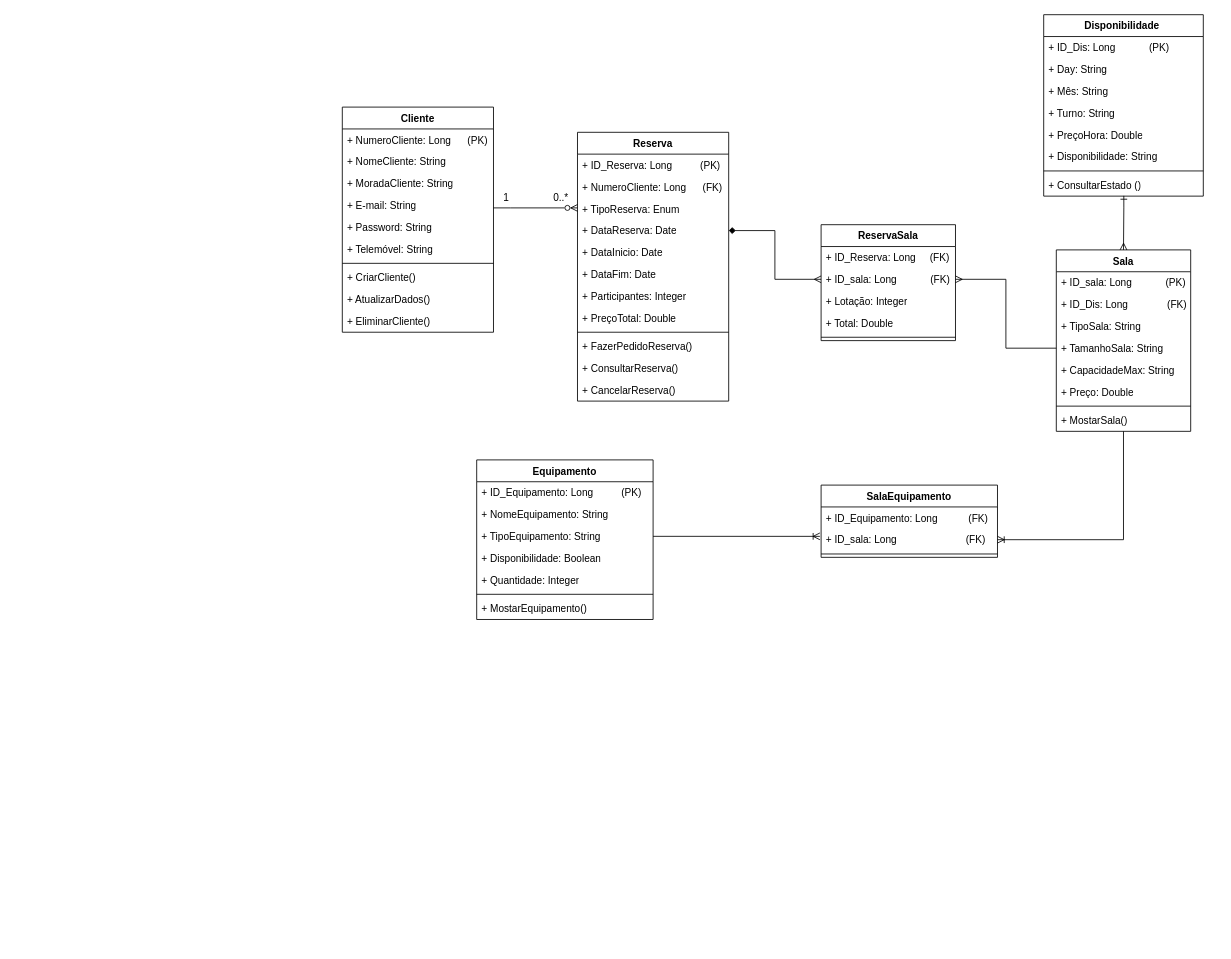
Above: page "Diagrama de Classes" (2 of 2) of UMLDiagram.drawio in ic3K1ng/Rooms-Equipments (draw.io), before the change. Source tidied: cells renumbered, new cells numbered last; positions are measured from the earlier drawing's top-left corner, leaving out a move shared by most shapes. Both pictures are drawn from the tidied source at 84%, with x=0, y=0 at pixel (342, 14).
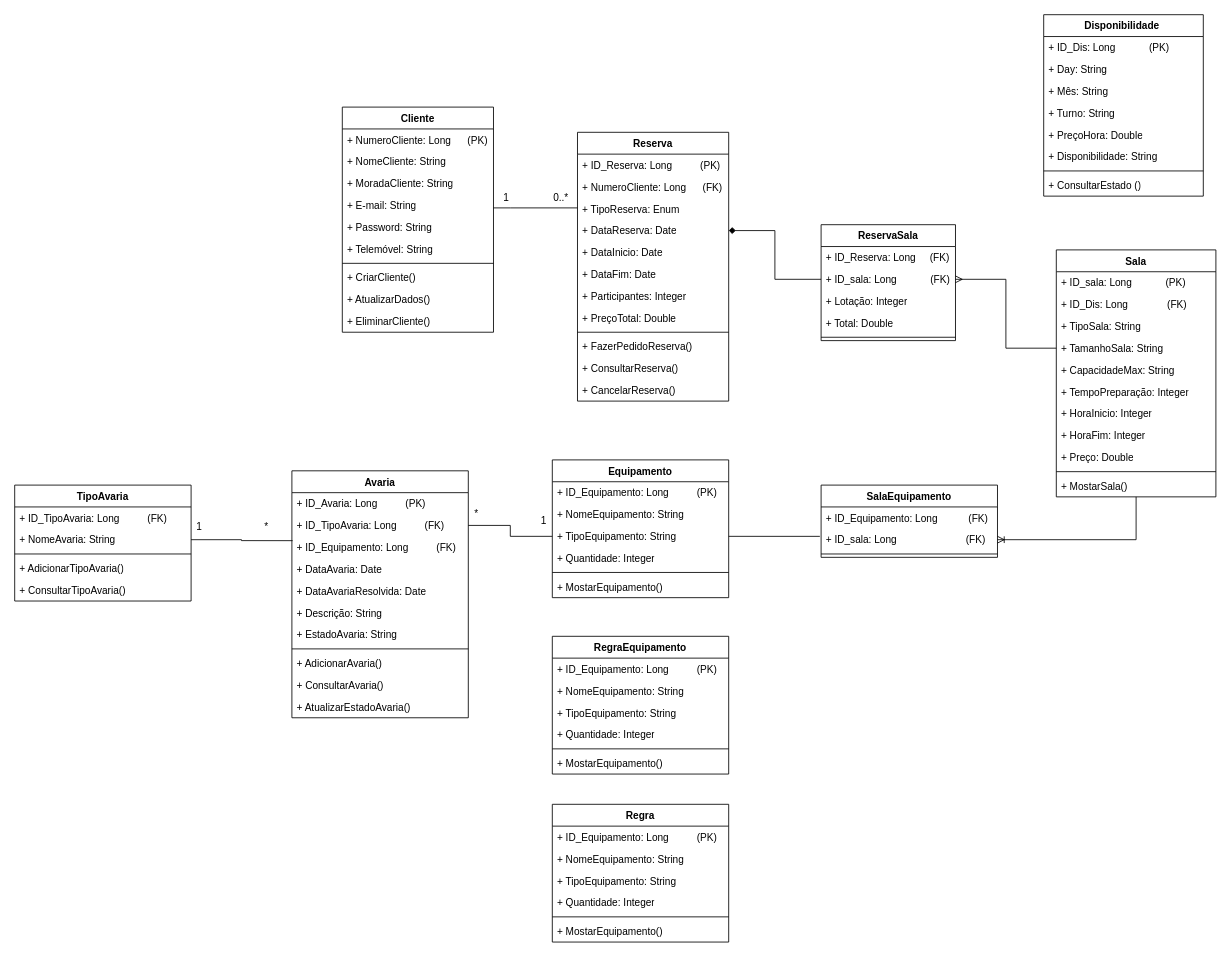
After the change.

The change refers to these unchanged cells:
```xml
<mxCell id="6" value="+ E-mail: String" style="text;strokeColor=none;fillColor=none;align=left;verticalAlign=top;spacingLeft=4;spacingRight=4;overflow=hidden;points=[[0,0.5],[1,0.5]];portConstraint=eastwest;whiteSpace=wrap;html=1;" parent="2" vertex="1">
  <mxGeometry y="104" width="180" height="26" as="geometry" />
</mxCell>
<mxCell id="27" value="+ DataReserva: Date" style="text;strokeColor=none;fillColor=none;align=left;verticalAlign=top;spacingLeft=4;spacingRight=4;overflow=hidden;points=[[0,0.5],[1,0.5]];portConstraint=eastwest;whiteSpace=wrap;html=1;" parent="23" vertex="1">
  <mxGeometry y="104" width="180" height="26" as="geometry" />
</mxCell>
<mxCell id="39" value="+ TipoEquipamento: String" style="text;strokeColor=none;fillColor=none;align=left;verticalAlign=top;spacingLeft=4;spacingRight=4;overflow=hidden;points=[[0,0.5],[1,0.5]];portConstraint=eastwest;whiteSpace=wrap;html=1;" parent="36" vertex="1">
  <mxGeometry y="78" width="210" height="26" as="geometry" />
</mxCell>
<mxCell id="48" value="+ ID_sala: Long&amp;nbsp; &amp;nbsp; &amp;nbsp; &amp;nbsp; &amp;nbsp; &amp;nbsp; (FK)" style="text;strokeColor=none;fillColor=none;align=left;verticalAlign=top;spacingLeft=4;spacingRight=4;overflow=hidden;points=[[0,0.5],[1,0.5]];portConstraint=eastwest;whiteSpace=wrap;html=1;" parent="46" vertex="1">
  <mxGeometry y="52" width="160" height="26" as="geometry" />
</mxCell>
<mxCell id="54" value="+ ID_sala: Long&amp;nbsp; &amp;nbsp; &amp;nbsp; &amp;nbsp;&amp;nbsp;&lt;span style=&quot;white-space: pre;&quot;&gt;&#9;&lt;/span&gt;&amp;nbsp; &amp;nbsp; &amp;nbsp; &amp;nbsp;&amp;nbsp; &amp;nbsp;(FK)" style="text;strokeColor=none;fillColor=none;align=left;verticalAlign=top;spacingLeft=4;spacingRight=4;overflow=hidden;points=[[0,0.5],[1,0.5]];portConstraint=eastwest;whiteSpace=wrap;html=1;" parent="52" vertex="1">
  <mxGeometry y="52" width="210" height="26" as="geometry" />
</mxCell>
<mxCell id="65" value="+ ConsultarEstado ()" style="text;strokeColor=none;fillColor=none;align=left;verticalAlign=top;spacingLeft=4;spacingRight=4;overflow=hidden;points=[[0,0.5],[1,0.5]];portConstraint=eastwest;whiteSpace=wrap;html=1;" parent="57" vertex="1">
  <mxGeometry y="190" width="190" height="26" as="geometry" />
</mxCell>
```

Diff of the diagram source:
```diff
@@
     <mxCell id="14" value="Sala" style="swimlane;fontStyle=1;align=center;verticalAlign=top;horizontal=1;startSize=26;whiteSpace=wrap;html=1;" parent="1" vertex="1">
-      <mxGeometry x="850" y="280" width="160" height="216" as="geometry" />
+      <mxGeometry x="850" y="280" width="190" height="294" as="geometry" />
     </mxCell>
     <mxCell id="15" value="+ ID_sala: Long&amp;nbsp; &amp;nbsp; &amp;nbsp; &amp;nbsp; &amp;nbsp; &amp;nbsp; (PK)" style="text;strokeColor=none;fillColor=none;align=left;verticalAlign=top;spacingLeft=4;spacingRight=4;overflow=hidden;whiteSpace=wrap;html=1;" parent="14" vertex="1">
-      <mxGeometry y="26" width="160" height="26" as="geometry" />
+      <mxGeometry y="26" width="190" height="26" as="geometry" />
     </mxCell>
     <mxCell id="16" value="+ ID_Dis: Long&amp;nbsp; &amp;nbsp; &amp;nbsp; &amp;nbsp; &amp;nbsp; &amp;nbsp; &amp;nbsp; (FK)" style="text;strokeColor=none;fillColor=none;align=left;verticalAlign=top;spacingLeft=4;spacingRight=4;overflow=hidden;whiteSpace=wrap;html=1;" parent="14" vertex="1">
-      <mxGeometry y="52" width="160" height="26" as="geometry" />
+      <mxGeometry y="52" width="190" height="26" as="geometry" />
     </mxCell>
     <mxCell id="17" value="+ TipoSala: String" style="text;strokeColor=none;fillColor=none;align=left;verticalAlign=top;spacingLeft=4;spacingRight=4;overflow=hidden;whiteSpace=wrap;html=1;" parent="14" vertex="1">
-      <mxGeometry y="78" width="160" height="26" as="geometry" />
+      <mxGeometry y="78" width="190" height="26" as="geometry" />
     </mxCell>
     <mxCell id="18" value="+ TamanhoSala: String" style="text;strokeColor=none;fillColor=none;align=left;verticalAlign=top;spacingLeft=4;spacingRight=4;overflow=hidden;points=[[0,0.5],[1,0.5]];portConstraint=eastwest;whiteSpace=wrap;html=1;" parent="14" vertex="1">
-      <mxGeometry y="104" width="160" height="26" as="geometry" />
+      <mxGeometry y="104" width="190" height="26" as="geometry" />
     </mxCell>
     <mxCell id="19" value="+ CapacidadeMax: String" style="text;strokeColor=none;fillColor=none;align=left;verticalAlign=top;spacingLeft=4;spacingRight=4;overflow=hidden;whiteSpace=wrap;html=1;" parent="14" vertex="1">
-      <mxGeometry y="130" width="160" height="26" as="geometry" />
+      <mxGeometry y="130" width="190" height="26" as="geometry" />
     </mxCell>
+    <mxCell id="70" value="+ TempoPreparação: Integer" style="text;strokeColor=none;fillColor=none;align=left;verticalAlign=top;spacingLeft=4;spacingRight=4;overflow=hidden;whiteSpace=wrap;html=1;" parent="14" vertex="1">
+      <mxGeometry y="156" width="190" height="26" as="geometry" />
+    </mxCell>
+    <mxCell id="71" value="+ HoraInicio: Integer" style="text;strokeColor=none;fillColor=none;align=left;verticalAlign=top;spacingLeft=4;spacingRight=4;overflow=hidden;whiteSpace=wrap;html=1;" parent="14" vertex="1">
+      <mxGeometry y="182" width="190" height="26" as="geometry" />
+    </mxCell>
+    <mxCell id="72" value="+ HoraFim: Integer" style="text;strokeColor=none;fillColor=none;align=left;verticalAlign=top;spacingLeft=4;spacingRight=4;overflow=hidden;whiteSpace=wrap;html=1;" parent="14" vertex="1">
+      <mxGeometry y="208" width="190" height="26" as="geometry" />
+    </mxCell>
     <mxCell id="20" value="+ Preço: Double" style="text;strokeColor=none;fillColor=none;align=left;verticalAlign=top;spacingLeft=4;spacingRight=4;overflow=hidden;whiteSpace=wrap;html=1;" parent="14" vertex="1">
-      <mxGeometry y="156" width="160" height="26" as="geometry" />
+      <mxGeometry y="234" width="190" height="26" as="geometry" />
     </mxCell>
     <mxCell id="21" style="line;strokeWidth=1;fillColor=none;align=left;verticalAlign=middle;spacingTop=-1;spacingLeft=3;spacingRight=3;labelPosition=right;strokeColor=inherit;" parent="14" vertex="1">
-      <mxGeometry y="182" width="160" height="8" as="geometry" />
+      <mxGeometry y="260" width="190" height="8" as="geometry" />
     </mxCell>
     <mxCell id="22" value="+ MostarSala()" style="text;strokeColor=none;fillColor=none;align=left;verticalAlign=top;spacingLeft=4;spacingRight=4;overflow=hidden;whiteSpace=wrap;html=1;" parent="14" vertex="1">
-      <mxGeometry y="190" width="160" height="26" as="geometry" />
+      <mxGeometry y="268" width="190" height="26" as="geometry" />
     </mxCell>
@@
     <mxCell id="36" value="Equipamento" style="swimlane;fontStyle=1;align=center;verticalAlign=top;horizontal=1;startSize=26;whiteSpace=wrap;html=1;" parent="1" vertex="1">
-      <mxGeometry x="160" y="530" width="210" height="190" as="geometry" />
+      <mxGeometry x="250" y="530" width="210" height="164" as="geometry" />
     </mxCell>
@@
-    <mxCell id="40" value="+ Disponibilidade: Boolean" style="text;strokeColor=none;fillColor=none;align=left;verticalAlign=top;spacingLeft=4;spacingRight=4;overflow=hidden;whiteSpace=wrap;html=1;" parent="36" vertex="1">
-      <mxGeometry y="104" width="210" height="26" as="geometry" />
-    </mxCell>
     <mxCell id="41" value="+ Quantidade: Integer" style="text;strokeColor=none;fillColor=none;align=left;verticalAlign=top;spacingLeft=4;spacingRight=4;overflow=hidden;whiteSpace=wrap;html=1;" parent="36" vertex="1">
-      <mxGeometry y="130" width="210" height="26" as="geometry" />
+      <mxGeometry y="104" width="210" height="26" as="geometry" />
     </mxCell>
     <mxCell id="42" style="line;strokeWidth=1;fillColor=none;align=left;verticalAlign=middle;spacingTop=-1;spacingLeft=3;spacingRight=3;labelPosition=right;strokeColor=inherit;" parent="36" vertex="1">
-      <mxGeometry y="156" width="210" height="8" as="geometry" />
+      <mxGeometry y="130" width="210" height="8" as="geometry" />
     </mxCell>
     <mxCell id="43" value="+ MostarEquipamento()" style="text;strokeColor=none;fillColor=none;align=left;verticalAlign=top;spacingLeft=4;spacingRight=4;overflow=hidden;whiteSpace=wrap;html=1;" parent="36" vertex="1">
-      <mxGeometry y="164" width="210" height="26" as="geometry" />
+      <mxGeometry y="138" width="210" height="26" as="geometry" />
     </mxCell>
@@
-    <mxCell id="56" style="edgeStyle=orthogonalEdgeStyle;rounded=0;jettySize=auto;html=1;entryX=0.5;entryY=0;entryDx=0;entryDy=0;startArrow=ERone;startFill=0;endArrow=ERmany;endFill=0;exitX=0.502;exitY=0.987;exitDx=0;exitDy=0;exitPerimeter=0;" parent="1" edge="1" source="65" target="14">
-      <mxGeometry relative="1" as="geometry">
-        <Array as="points">
-          <mxPoint x="930" y="230" />
-        </Array>
-      </mxGeometry>
-    </mxCell>
@@
-    <mxCell id="66" style="edgeStyle=orthogonalEdgeStyle;rounded=0;jettySize=auto;html=1;entryX=0;entryY=0.5;entryDx=0;entryDy=0;endArrow=ERmany;endFill=0;startArrow=diamond;startFill=1;" parent="1" edge="1" source="27" target="48">
+    <mxCell id="66" style="edgeStyle=orthogonalEdgeStyle;rounded=0;jettySize=auto;html=1;entryX=0;entryY=0.5;entryDx=0;entryDy=0;endArrow=none;endFill=0;startArrow=diamond;startFill=1;" parent="1" edge="1" source="27" target="48">
       <mxGeometry relative="1" as="geometry" />
     </mxCell>
@@
-    <mxCell id="68" style="edgeStyle=orthogonalEdgeStyle;rounded=0;jettySize=auto;html=1;exitX=1;exitY=0.5;exitDx=0;exitDy=0;entryX=-0.007;entryY=0.347;entryDx=0;entryDy=0;entryPerimeter=0;endArrow=ERoneToMany;endFill=0;" parent="1" edge="1" source="39" target="54">
+    <mxCell id="68" style="edgeStyle=orthogonalEdgeStyle;rounded=0;jettySize=auto;html=1;exitX=1;exitY=0.5;exitDx=0;exitDy=0;entryX=-0.007;entryY=0.347;entryDx=0;entryDy=0;entryPerimeter=0;endArrow=none;endFill=0;" parent="1" edge="1" source="39" target="54">
       <mxGeometry relative="1" as="geometry" />
     </mxCell>
-    <mxCell id="69" style="edgeStyle=orthogonalEdgeStyle;rounded=0;jettySize=auto;html=1;endArrow=ERzeroToMany;endFill=0;" parent="1" edge="1" source="6">
+    <mxCell id="69" style="edgeStyle=orthogonalEdgeStyle;rounded=0;jettySize=auto;html=1;endArrow=none;endFill=0;" parent="1" edge="1" source="6">
       <mxGeometry relative="1" as="geometry">
         <mxPoint x="280" y="230" as="targetPoint" />
         <Array as="points">
           <mxPoint x="200" y="230" />
           <mxPoint x="200" y="230" />
         </Array>
       </mxGeometry>
     </mxCell>
+    <mxCell id="73" value="Avaria" style="swimlane;fontStyle=1;align=center;verticalAlign=top;horizontal=1;startSize=26;whiteSpace=wrap;html=1;" parent="1" vertex="1">
+      <mxGeometry x="-60" y="543" width="210" height="294" as="geometry" />
+    </mxCell>
+    <mxCell id="74" value="+ ID_Avaria: Long&amp;nbsp; &amp;nbsp; &amp;nbsp; &amp;nbsp; &amp;nbsp; (PK)&amp;nbsp;&amp;nbsp;" style="text;strokeColor=none;fillColor=none;align=left;verticalAlign=top;spacingLeft=4;spacingRight=4;overflow=hidden;whiteSpace=wrap;html=1;" parent="73" vertex="1">
+      <mxGeometry y="26" width="210" height="26" as="geometry" />
+    </mxCell>
+    <mxCell id="75" value="+ ID_TipoAvaria: Long&amp;nbsp; &amp;nbsp; &amp;nbsp; &amp;nbsp; &amp;nbsp; (FK)&amp;nbsp;&amp;nbsp;" style="text;strokeColor=none;fillColor=none;align=left;verticalAlign=top;spacingLeft=4;spacingRight=4;overflow=hidden;points=[[0,0.5],[1,0.5]];portConstraint=eastwest;whiteSpace=wrap;html=1;" parent="73" vertex="1">
+      <mxGeometry y="52" width="210" height="26" as="geometry" />
+    </mxCell>
+    <mxCell id="76" value="+ ID_Equipamento: Long&amp;nbsp; &amp;nbsp; &amp;nbsp; &amp;nbsp; &amp;nbsp; (FK)&amp;nbsp;&amp;nbsp;" style="text;strokeColor=none;fillColor=none;align=left;verticalAlign=top;spacingLeft=4;spacingRight=4;overflow=hidden;points=[[0,0.5],[1,0.5]];portConstraint=eastwest;whiteSpace=wrap;html=1;" parent="73" vertex="1">
+      <mxGeometry y="78" width="210" height="26" as="geometry" />
+    </mxCell>
+    <mxCell id="77" value="+ DataAvaria: Date" style="text;strokeColor=none;fillColor=none;align=left;verticalAlign=top;spacingLeft=4;spacingRight=4;overflow=hidden;whiteSpace=wrap;html=1;" parent="73" vertex="1">
+      <mxGeometry y="104" width="210" height="26" as="geometry" />
+    </mxCell>
+    <mxCell id="78" value="+ DataAvariaResolvida: Date" style="text;strokeColor=none;fillColor=none;align=left;verticalAlign=top;spacingLeft=4;spacingRight=4;overflow=hidden;whiteSpace=wrap;html=1;" parent="73" vertex="1">
+      <mxGeometry y="130" width="210" height="26" as="geometry" />
+    </mxCell>
+    <mxCell id="79" value="+ Descrição: String" style="text;strokeColor=none;fillColor=none;align=left;verticalAlign=top;spacingLeft=4;spacingRight=4;overflow=hidden;whiteSpace=wrap;html=1;" parent="73" vertex="1">
+      <mxGeometry y="156" width="210" height="26" as="geometry" />
+    </mxCell>
+    <mxCell id="80" value="+ EstadoAvaria: String" style="text;strokeColor=none;fillColor=none;align=left;verticalAlign=top;spacingLeft=4;spacingRight=4;overflow=hidden;whiteSpace=wrap;html=1;" parent="73" vertex="1">
+      <mxGeometry y="182" width="210" height="26" as="geometry" />
+    </mxCell>
+    <mxCell id="81" style="line;strokeWidth=1;fillColor=none;align=left;verticalAlign=middle;spacingTop=-1;spacingLeft=3;spacingRight=3;labelPosition=right;strokeColor=inherit;" parent="73" vertex="1">
+      <mxGeometry y="208" width="210" height="8" as="geometry" />
+    </mxCell>
+    <mxCell id="82" value="+ AdicionarAvaria()" style="text;strokeColor=none;fillColor=none;align=left;verticalAlign=top;spacingLeft=4;spacingRight=4;overflow=hidden;whiteSpace=wrap;html=1;" parent="73" vertex="1">
+      <mxGeometry y="216" width="210" height="26" as="geometry" />
+    </mxCell>
+    <mxCell id="83" value="+ ConsultarAvaria()" style="text;strokeColor=none;fillColor=none;align=left;verticalAlign=top;spacingLeft=4;spacingRight=4;overflow=hidden;whiteSpace=wrap;html=1;" parent="73" vertex="1">
+      <mxGeometry y="242" width="210" height="26" as="geometry" />
+    </mxCell>
+    <mxCell id="84" value="+ AtualizarEstadoAvaria()" style="text;strokeColor=none;fillColor=none;align=left;verticalAlign=top;spacingLeft=4;spacingRight=4;overflow=hidden;whiteSpace=wrap;html=1;" parent="73" vertex="1">
+      <mxGeometry y="268" width="210" height="26" as="geometry" />
+    </mxCell>
+    <mxCell id="85" value="TipoAvaria" style="swimlane;fontStyle=1;align=center;verticalAlign=top;horizontal=1;startSize=26;whiteSpace=wrap;html=1;" parent="1" vertex="1">
+      <mxGeometry x="-390" y="560" width="210" height="138" as="geometry" />
+    </mxCell>
+    <mxCell id="86" value="+ ID_TipoAvaria: Long&amp;nbsp; &amp;nbsp; &amp;nbsp; &amp;nbsp; &amp;nbsp; (FK)&amp;nbsp;&amp;nbsp;" style="text;strokeColor=none;fillColor=none;align=left;verticalAlign=top;spacingLeft=4;spacingRight=4;overflow=hidden;whiteSpace=wrap;html=1;" parent="85" vertex="1">
+      <mxGeometry y="26" width="210" height="26" as="geometry" />
+    </mxCell>
+    <mxCell id="87" value="+ NomeAvaria: String" style="text;strokeColor=none;fillColor=none;align=left;verticalAlign=top;spacingLeft=4;spacingRight=4;overflow=hidden;points=[[0,0.5],[1,0.5]];portConstraint=eastwest;whiteSpace=wrap;html=1;" parent="85" vertex="1">
+      <mxGeometry y="52" width="210" height="26" as="geometry" />
+    </mxCell>
+    <mxCell id="88" style="line;strokeWidth=1;fillColor=none;align=left;verticalAlign=middle;spacingTop=-1;spacingLeft=3;spacingRight=3;labelPosition=right;strokeColor=inherit;" parent="85" vertex="1">
+      <mxGeometry y="78" width="210" height="8" as="geometry" />
+    </mxCell>
+    <mxCell id="89" value="+ AdicionarTipoAvaria()" style="text;strokeColor=none;fillColor=none;align=left;verticalAlign=top;spacingLeft=4;spacingRight=4;overflow=hidden;whiteSpace=wrap;html=1;" parent="85" vertex="1">
+      <mxGeometry y="86" width="210" height="26" as="geometry" />
+    </mxCell>
+    <mxCell id="90" value="+ ConsultarTipoAvaria()" style="text;strokeColor=none;fillColor=none;align=left;verticalAlign=top;spacingLeft=4;spacingRight=4;overflow=hidden;whiteSpace=wrap;html=1;" parent="85" vertex="1">
+      <mxGeometry y="112" width="210" height="26" as="geometry" />
+    </mxCell>
+    <mxCell id="91" style="edgeStyle=orthogonalEdgeStyle;rounded=0;jettySize=auto;html=1;entryX=1;entryY=0.5;entryDx=0;entryDy=0;endArrow=none;endFill=0;" parent="1" edge="1" source="39" target="75">
+      <mxGeometry relative="1" as="geometry" />
+    </mxCell>
+    <mxCell id="92" style="edgeStyle=orthogonalEdgeStyle;rounded=0;jettySize=auto;html=1;entryX=0.004;entryY=0.198;entryDx=0;entryDy=0;entryPerimeter=0;endArrow=none;endFill=0;" parent="1" edge="1" source="87" target="76">
+      <mxGeometry relative="1" as="geometry" />
+    </mxCell>
+    <mxCell id="93" value="*" style="text;html=1;align=center;verticalAlign=middle;whiteSpace=wrap;rounded=0;" parent="1" vertex="1">
+      <mxGeometry x="-120" y="595" width="60" height="30" as="geometry" />
+    </mxCell>
+    <mxCell id="94" value="*" style="text;html=1;align=center;verticalAlign=middle;whiteSpace=wrap;rounded=0;" parent="1" vertex="1">
+      <mxGeometry x="130" y="580" width="60" height="30" as="geometry" />
+    </mxCell>
+    <mxCell id="95" value="1" style="text;html=1;align=center;verticalAlign=middle;whiteSpace=wrap;rounded=0;" parent="1" vertex="1">
+      <mxGeometry x="-200" y="595" width="60" height="30" as="geometry" />
+    </mxCell>
+    <mxCell id="96" value="1" style="text;html=1;align=center;verticalAlign=middle;whiteSpace=wrap;rounded=0;" parent="1" vertex="1">
+      <mxGeometry x="210" y="588" width="60" height="30" as="geometry" />
+    </mxCell>
+    <mxCell id="97" value="Regra" style="swimlane;fontStyle=1;align=center;verticalAlign=top;horizontal=1;startSize=26;whiteSpace=wrap;html=1;" parent="1" vertex="1">
+      <mxGeometry x="250" y="940" width="210" height="164" as="geometry" />
+    </mxCell>
+    <mxCell id="98" value="+ ID_Equipamento: Long&amp;nbsp; &amp;nbsp; &amp;nbsp; &amp;nbsp; &amp;nbsp; (PK)&amp;nbsp;&amp;nbsp;" style="text;strokeColor=none;fillColor=none;align=left;verticalAlign=top;spacingLeft=4;spacingRight=4;overflow=hidden;whiteSpace=wrap;html=1;" parent="97" vertex="1">
+      <mxGeometry y="26" width="210" height="26" as="geometry" />
+    </mxCell>
+    <mxCell id="99" value="+ NomeEquipamento: String" style="text;strokeColor=none;fillColor=none;align=left;verticalAlign=top;spacingLeft=4;spacingRight=4;overflow=hidden;whiteSpace=wrap;html=1;" parent="97" vertex="1">
+      <mxGeometry y="52" width="210" height="26" as="geometry" />
+    </mxCell>
+    <mxCell id="100" value="+ TipoEquipamento: String" style="text;strokeColor=none;fillColor=none;align=left;verticalAlign=top;spacingLeft=4;spacingRight=4;overflow=hidden;whiteSpace=wrap;html=1;" parent="97" vertex="1">
+      <mxGeometry y="78" width="210" height="26" as="geometry" />
+    </mxCell>
+    <mxCell id="101" value="+ Quantidade: Integer" style="text;strokeColor=none;fillColor=none;align=left;verticalAlign=top;spacingLeft=4;spacingRight=4;overflow=hidden;whiteSpace=wrap;html=1;" parent="97" vertex="1">
+      <mxGeometry y="104" width="210" height="26" as="geometry" />
+    </mxCell>
+    <mxCell id="102" style="line;strokeWidth=1;fillColor=none;align=left;verticalAlign=middle;spacingTop=-1;spacingLeft=3;spacingRight=3;labelPosition=right;strokeColor=inherit;" parent="97" vertex="1">
+      <mxGeometry y="130" width="210" height="8" as="geometry" />
+    </mxCell>
+    <mxCell id="103" value="+ MostarEquipamento()" style="text;strokeColor=none;fillColor=none;align=left;verticalAlign=top;spacingLeft=4;spacingRight=4;overflow=hidden;whiteSpace=wrap;html=1;" parent="97" vertex="1">
+      <mxGeometry y="138" width="210" height="26" as="geometry" />
+    </mxCell>
+    <mxCell id="104" value="RegraEquipamento" style="swimlane;fontStyle=1;align=center;verticalAlign=top;horizontal=1;startSize=26;whiteSpace=wrap;html=1;" parent="1" vertex="1">
+      <mxGeometry x="250" y="740" width="210" height="164" as="geometry" />
+    </mxCell>
+    <mxCell id="105" value="+ ID_Equipamento: Long&amp;nbsp; &amp;nbsp; &amp;nbsp; &amp;nbsp; &amp;nbsp; (PK)&amp;nbsp;&amp;nbsp;" style="text;strokeColor=none;fillColor=none;align=left;verticalAlign=top;spacingLeft=4;spacingRight=4;overflow=hidden;whiteSpace=wrap;html=1;" parent="104" vertex="1">
+      <mxGeometry y="26" width="210" height="26" as="geometry" />
+    </mxCell>
+    <mxCell id="106" value="+ NomeEquipamento: String" style="text;strokeColor=none;fillColor=none;align=left;verticalAlign=top;spacingLeft=4;spacingRight=4;overflow=hidden;whiteSpace=wrap;html=1;" parent="104" vertex="1">
+      <mxGeometry y="52" width="210" height="26" as="geometry" />
+    </mxCell>
+    <mxCell id="107" value="+ TipoEquipamento: String" style="text;strokeColor=none;fillColor=none;align=left;verticalAlign=top;spacingLeft=4;spacingRight=4;overflow=hidden;whiteSpace=wrap;html=1;" parent="104" vertex="1">
+      <mxGeometry y="78" width="210" height="26" as="geometry" />
+    </mxCell>
+    <mxCell id="108" value="+ Quantidade: Integer" style="text;strokeColor=none;fillColor=none;align=left;verticalAlign=top;spacingLeft=4;spacingRight=4;overflow=hidden;whiteSpace=wrap;html=1;" parent="104" vertex="1">
+      <mxGeometry y="104" width="210" height="26" as="geometry" />
+    </mxCell>
+    <mxCell id="109" style="line;strokeWidth=1;fillColor=none;align=left;verticalAlign=middle;spacingTop=-1;spacingLeft=3;spacingRight=3;labelPosition=right;strokeColor=inherit;" parent="104" vertex="1">
+      <mxGeometry y="130" width="210" height="8" as="geometry" />
+    </mxCell>
+    <mxCell id="110" value="+ MostarEquipamento()" style="text;strokeColor=none;fillColor=none;align=left;verticalAlign=top;spacingLeft=4;spacingRight=4;overflow=hidden;whiteSpace=wrap;html=1;" parent="104" vertex="1">
+      <mxGeometry y="138" width="210" height="26" as="geometry" />
+    </mxCell>
```
